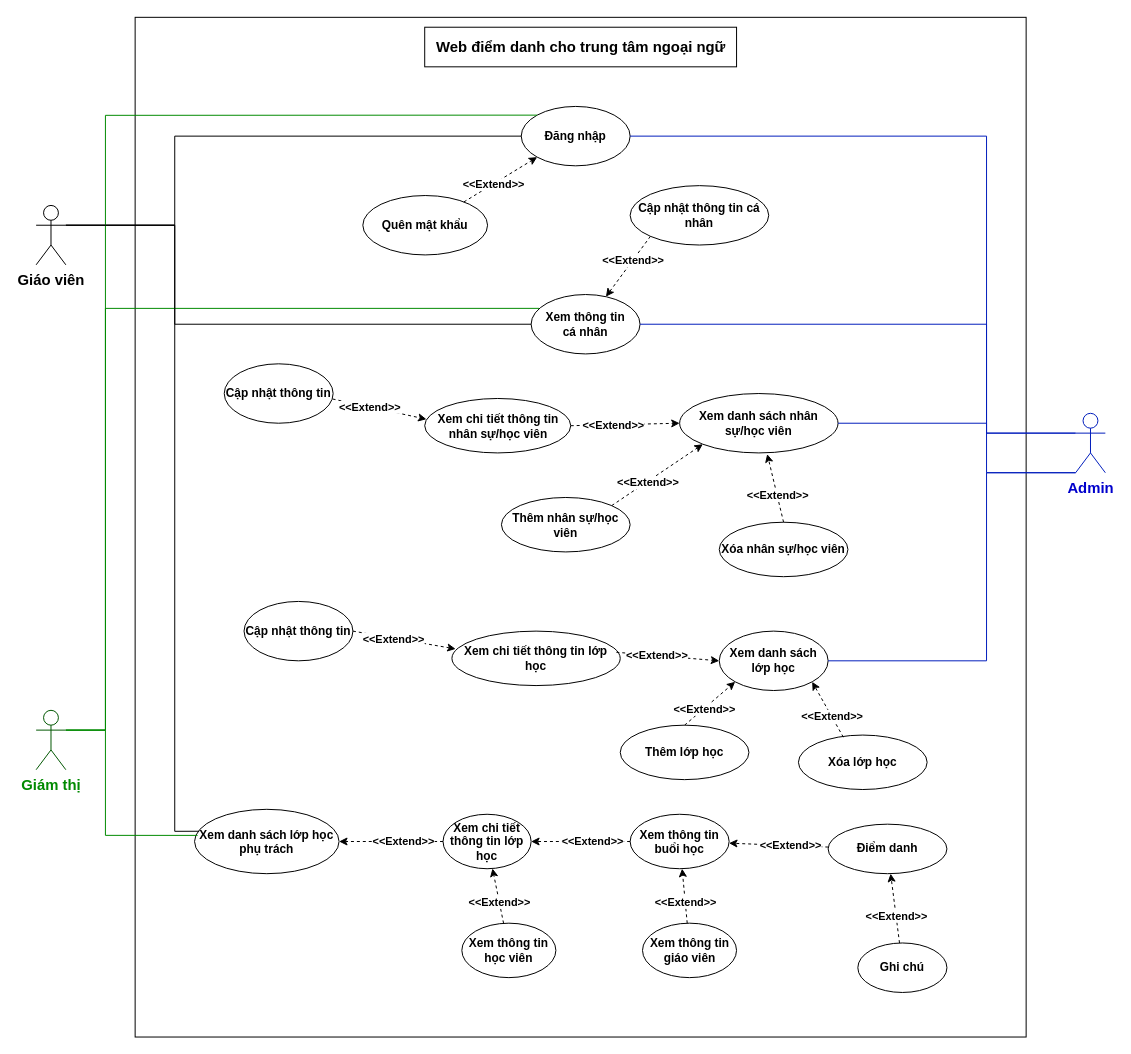
This is Week 1/UC Diagram.drawio from astr0tas/English-Center-Attendance-Check, a draw.io file, before an edit. Source tidied: cells renumbered, new cells numbered last; positions are measured from the earlier drawing's top-left corner, leaving out a move shared by most shapes. Both pictures are drawn from the tidied source at 99%, with x=0, y=0 at pixel (36, 17).
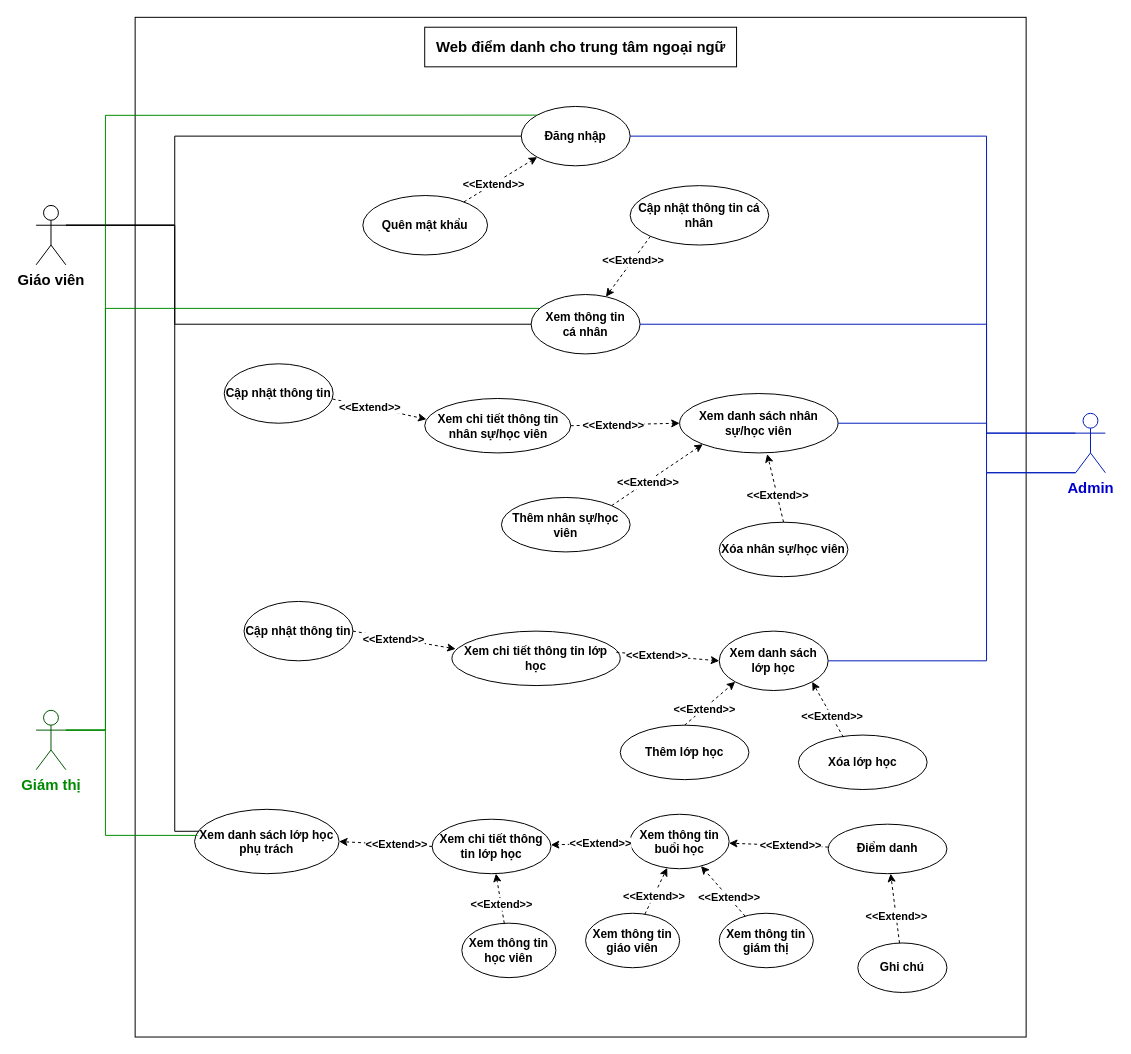
Above is the later version.

Unchanged cells that the change refers to:
```xml
<mxCell id="64" value="Xem thông tin buổi học" style="ellipse;whiteSpace=wrap;html=1;fontStyle=1;" parent="1" vertex="1">
  <mxGeometry x="600" y="805" width="100" height="55" as="geometry" />
</mxCell>
```

Diff of the diagram source:
```diff
@@
     <mxCell id="58" value="Xem chi tiết thông tin lớp học" style="ellipse;whiteSpace=wrap;html=1;fontStyle=1;" parent="1" vertex="1">
-      <mxGeometry x="411" y="805" width="89" height="55" as="geometry" />
+      <mxGeometry x="400" y="810" width="120" height="55" as="geometry" />
     </mxCell>
@@
     <mxCell id="67" value="Xem thông tin giáo viên" style="ellipse;whiteSpace=wrap;html=1;fontStyle=1;" parent="1" vertex="1">
-      <mxGeometry x="612.5" y="915" width="95" height="55" as="geometry" />
+      <mxGeometry x="555" y="905" width="95" height="55" as="geometry" />
     </mxCell>
@@
+    <mxCell id="70" value="Xem thông tin giám thị" style="ellipse;whiteSpace=wrap;html=1;fontStyle=1;" parent="1" vertex="1">
+      <mxGeometry x="690" y="905" width="95" height="55" as="geometry" />
+    </mxCell>
+    <mxCell id="71" style="endArrow=classic;html=1;rounded=0;dashed=1;fontStyle=1;" parent="1" edge="1" source="70" target="64">
+      <mxGeometry relative="1" as="geometry" />
+    </mxCell>
+    <mxCell id="72" value="&amp;lt;&amp;lt;Extend&amp;gt;&amp;gt;" style="edgeLabel;html=1;align=center;verticalAlign=middle;fontStyle=1;" parent="71" vertex="1">
+      <mxGeometry x="-0.22" relative="1" as="geometry" />
+    </mxCell>
```
